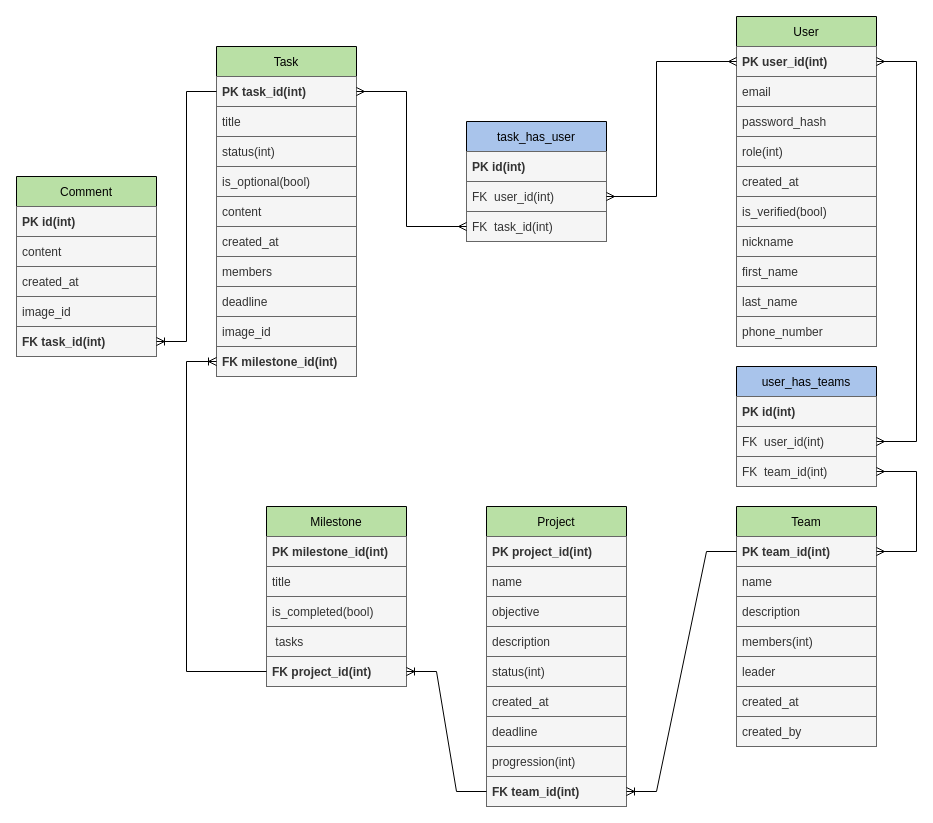
Above: Sable.drawio in BenjaminKing1337/fullstack_project-Sable (draw.io), before the change. Source tidied: cells renumbered, new cells numbered last; positions are measured from the earlier drawing's top-left corner, leaving out a move shared by most shapes. Both pictures are drawn from the tidied source at 100%, with x=0, y=0 at pixel (16, 16).
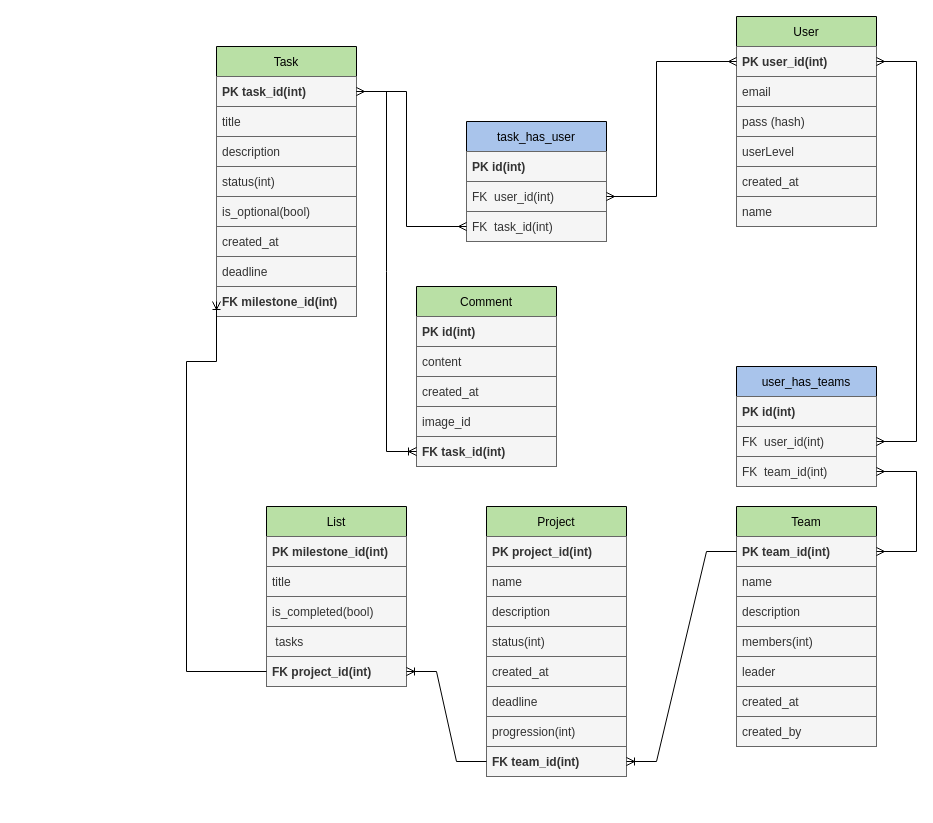
The same diagram, later.

The change refers to these unchanged cells:
```xml
<mxCell id="22" value="PK task_id(int)" style="text;strokeColor=#666666;fillColor=#f5f5f5;align=left;verticalAlign=middle;spacingLeft=4;spacingRight=4;overflow=hidden;points=[[0,0.5],[1,0.5]];portConstraint=eastwest;fontColor=#333333;fontStyle=1;" parent="21" vertex="1">
  <mxGeometry y="30" width="140" height="30" as="geometry" />
</mxCell>
<mxCell id="53" value="FK task_id(int)" style="text;strokeColor=#666666;fillColor=#f5f5f5;align=left;verticalAlign=middle;spacingLeft=4;spacingRight=4;overflow=hidden;points=[[0,0.5],[1,0.5]];portConstraint=eastwest;fontColor=#333333;fontStyle=1;" parent="48" vertex="1">
  <mxGeometry y="150" width="140" height="30" as="geometry" />
</mxCell>
```

The edit, as a diff of the source:
```diff
@@
     <mxCell id="2" value="User" style="swimlane;fontStyle=0;horizontal=1;startSize=30;fillColor=#B9E0A5;" parent="1" vertex="1">
-      <mxGeometry x="720" width="140" height="330" as="geometry" />
+      <mxGeometry x="720" width="140" height="210" as="geometry" />
     </mxCell>
@@
-    <mxCell id="5" value="password_hash" style="text;strokeColor=#666666;fillColor=#f5f5f5;align=left;verticalAlign=middle;spacingLeft=4;spacingRight=4;overflow=hidden;fontColor=#333333;" parent="2" vertex="1">
+    <mxCell id="5" value="pass (hash)" style="text;strokeColor=#666666;fillColor=#f5f5f5;align=left;verticalAlign=middle;spacingLeft=4;spacingRight=4;overflow=hidden;fontColor=#333333;" parent="2" vertex="1">
       <mxGeometry y="90" width="140" height="30" as="geometry" />
     </mxCell>
-    <mxCell id="6" value="role(int)" style="text;strokeColor=#666666;fillColor=#f5f5f5;align=left;verticalAlign=middle;spacingLeft=4;spacingRight=4;overflow=hidden;fontColor=#333333;" parent="2" vertex="1">
+    <mxCell id="6" value="userLevel" style="text;strokeColor=#666666;fillColor=#f5f5f5;align=left;verticalAlign=middle;spacingLeft=4;spacingRight=4;overflow=hidden;fontColor=#333333;" parent="2" vertex="1">
       <mxGeometry y="120" width="140" height="30" as="geometry" />
     </mxCell>
@@
-    <mxCell id="8" value="is_verified(bool)" style="text;strokeColor=#666666;fillColor=#f5f5f5;align=left;verticalAlign=middle;spacingLeft=4;spacingRight=4;overflow=hidden;fontColor=#333333;" parent="2" vertex="1">
-      <mxGeometry y="180" width="140" height="30" as="geometry" />
-    </mxCell>
-    <mxCell id="9" value="nickname" style="text;strokeColor=#666666;fillColor=#f5f5f5;align=left;verticalAlign=middle;spacingLeft=4;spacingRight=4;overflow=hidden;fontColor=#333333;" parent="2" vertex="1">
-      <mxGeometry y="210" width="140" height="30" as="geometry" />
+    <mxCell id="9" value="name" style="text;strokeColor=#666666;fillColor=#f5f5f5;align=left;verticalAlign=middle;spacingLeft=4;spacingRight=4;overflow=hidden;fontColor=#333333;" parent="2" vertex="1">
+      <mxGeometry y="180" width="140" height="30" as="geometry" />
     </mxCell>
-    <mxCell id="10" value="first_name" style="text;strokeColor=#666666;fillColor=#f5f5f5;align=left;verticalAlign=middle;spacingLeft=4;spacingRight=4;overflow=hidden;fontColor=#333333;" parent="2" vertex="1">
-      <mxGeometry y="240" width="140" height="30" as="geometry" />
-    </mxCell>
-    <mxCell id="11" value="last_name" style="text;strokeColor=#666666;fillColor=#f5f5f5;align=left;verticalAlign=middle;spacingLeft=4;spacingRight=4;overflow=hidden;fontColor=#333333;" parent="2" vertex="1">
-      <mxGeometry y="270" width="140" height="30" as="geometry" />
-    </mxCell>
-    <mxCell id="12" value="phone_number" style="text;strokeColor=#666666;fillColor=#f5f5f5;align=left;verticalAlign=middle;spacingLeft=4;spacingRight=4;overflow=hidden;fontColor=#333333;" parent="2" vertex="1">
-      <mxGeometry y="300" width="140" height="30" as="geometry" />
-    </mxCell>
@@
     <mxCell id="21" value="Task" style="swimlane;fontStyle=0;horizontal=1;startSize=30;fillColor=#B9E0A5;" parent="1" vertex="1">
-      <mxGeometry x="200" y="30" width="140" height="330" as="geometry" />
+      <mxGeometry x="200" y="30" width="140" height="270" as="geometry" />
     </mxCell>
@@
+    <mxCell id="26" value="description" style="text;strokeColor=#666666;fillColor=#f5f5f5;align=left;verticalAlign=middle;spacingLeft=4;spacingRight=4;overflow=hidden;fontColor=#333333;" parent="21" vertex="1">
+      <mxGeometry y="90" width="140" height="30" as="geometry" />
+    </mxCell>
     <mxCell id="24" value="status(int)" style="text;strokeColor=#666666;fillColor=#f5f5f5;align=left;verticalAlign=middle;spacingLeft=4;spacingRight=4;overflow=hidden;fontColor=#333333;" parent="21" vertex="1">
-      <mxGeometry y="90" width="140" height="30" as="geometry" />
+      <mxGeometry y="120" width="140" height="30" as="geometry" />
     </mxCell>
     <mxCell id="25" value="is_optional(bool)" style="text;strokeColor=#666666;fillColor=#f5f5f5;align=left;verticalAlign=middle;spacingLeft=4;spacingRight=4;overflow=hidden;fontColor=#333333;" parent="21" vertex="1">
-      <mxGeometry y="120" width="140" height="30" as="geometry" />
+      <mxGeometry y="150" width="140" height="30" as="geometry" />
     </mxCell>
-    <mxCell id="26" value="content" style="text;strokeColor=#666666;fillColor=#f5f5f5;align=left;verticalAlign=middle;spacingLeft=4;spacingRight=4;overflow=hidden;fontColor=#333333;" parent="21" vertex="1">
-      <mxGeometry y="150" width="140" height="30" as="geometry" />
-    </mxCell>
@@
-    <mxCell id="28" value="members" style="text;strokeColor=#666666;fillColor=#f5f5f5;align=left;verticalAlign=middle;spacingLeft=4;spacingRight=4;overflow=hidden;fontColor=#333333;" parent="21" vertex="1">
-      <mxGeometry y="210" width="140" height="30" as="geometry" />
-    </mxCell>
     <mxCell id="29" value="deadline" style="text;strokeColor=#666666;fillColor=#f5f5f5;align=left;verticalAlign=middle;spacingLeft=4;spacingRight=4;overflow=hidden;fontColor=#333333;" parent="21" vertex="1">
-      <mxGeometry y="240" width="140" height="30" as="geometry" />
+      <mxGeometry y="210" width="140" height="30" as="geometry" />
     </mxCell>
-    <mxCell id="30" value="image_id" style="text;strokeColor=#666666;fillColor=#f5f5f5;align=left;verticalAlign=middle;spacingLeft=4;spacingRight=4;overflow=hidden;fontColor=#333333;" parent="21" vertex="1">
-      <mxGeometry y="270" width="140" height="30" as="geometry" />
-    </mxCell>
     <mxCell id="31" value="FK milestone_id(int)" style="text;strokeColor=#666666;fillColor=#f5f5f5;align=left;verticalAlign=middle;spacingLeft=4;spacingRight=4;overflow=hidden;points=[[0,0.5],[1,0.5]];portConstraint=eastwest;fontColor=#333333;fontStyle=1;" parent="21" vertex="1">
-      <mxGeometry y="300" width="140" height="30" as="geometry" />
+      <mxGeometry y="240" width="140" height="30" as="geometry" />
     </mxCell>
-    <mxCell id="32" value="Milestone" style="swimlane;fontStyle=0;horizontal=1;startSize=30;fillColor=#B9E0A5;" parent="1" vertex="1">
+    <mxCell id="32" value="List" style="swimlane;fontStyle=0;horizontal=1;startSize=30;fillColor=#B9E0A5;" parent="1" vertex="1">
       <mxGeometry x="250" y="490" width="140" height="180" as="geometry" />
     </mxCell>
@@
     <mxCell id="38" value="Project" style="swimlane;fontStyle=0;horizontal=1;startSize=30;fillColor=#B9E0A5;" parent="1" vertex="1">
-      <mxGeometry x="470" y="490" width="140" height="300" as="geometry" />
+      <mxGeometry x="470" y="490" width="140" height="270" as="geometry" />
     </mxCell>
@@
-    <mxCell id="41" value="objective" style="text;strokeColor=#666666;fillColor=#f5f5f5;align=left;verticalAlign=middle;spacingLeft=4;spacingRight=4;overflow=hidden;fontColor=#333333;" parent="38" vertex="1">
-      <mxGeometry y="90" width="140" height="30" as="geometry" />
-    </mxCell>
     <mxCell id="42" value="description" style="text;strokeColor=#666666;fillColor=#f5f5f5;align=left;verticalAlign=middle;spacingLeft=4;spacingRight=4;overflow=hidden;fontColor=#333333;" parent="38" vertex="1">
-      <mxGeometry y="120" width="140" height="30" as="geometry" />
+      <mxGeometry y="90" width="140" height="30" as="geometry" />
     </mxCell>
     <mxCell id="43" value="status(int)" style="text;strokeColor=#666666;fillColor=#f5f5f5;align=left;verticalAlign=middle;spacingLeft=4;spacingRight=4;overflow=hidden;fontColor=#333333;" parent="38" vertex="1">
-      <mxGeometry y="150" width="140" height="30" as="geometry" />
+      <mxGeometry y="120" width="140" height="30" as="geometry" />
     </mxCell>
     <mxCell id="44" value="created_at" style="text;strokeColor=#666666;fillColor=#f5f5f5;align=left;verticalAlign=middle;spacingLeft=4;spacingRight=4;overflow=hidden;fontColor=#333333;" parent="38" vertex="1">
-      <mxGeometry y="180" width="140" height="30" as="geometry" />
+      <mxGeometry y="150" width="140" height="30" as="geometry" />
     </mxCell>
     <mxCell id="45" value="deadline" style="text;strokeColor=#666666;fillColor=#f5f5f5;align=left;verticalAlign=middle;spacingLeft=4;spacingRight=4;overflow=hidden;fontColor=#333333;" parent="38" vertex="1">
-      <mxGeometry y="210" width="140" height="30" as="geometry" />
+      <mxGeometry y="180" width="140" height="30" as="geometry" />
     </mxCell>
     <mxCell id="46" value="progression(int)" style="text;strokeColor=#666666;fillColor=#f5f5f5;align=left;verticalAlign=middle;spacingLeft=4;spacingRight=4;overflow=hidden;fontColor=#333333;" parent="38" vertex="1">
-      <mxGeometry y="240" width="140" height="30" as="geometry" />
+      <mxGeometry y="210" width="140" height="30" as="geometry" />
     </mxCell>
     <mxCell id="47" value="FK team_id(int) " style="text;strokeColor=#666666;fillColor=#f5f5f5;align=left;verticalAlign=middle;spacingLeft=4;spacingRight=4;overflow=hidden;points=[[0,0.5],[1,0.5]];portConstraint=eastwest;fontColor=#333333;fontStyle=1;" parent="38" vertex="1">
-      <mxGeometry y="270" width="140" height="30" as="geometry" />
+      <mxGeometry y="240" width="140" height="30" as="geometry" />
     </mxCell>
     <mxCell id="48" value="Comment" style="swimlane;fontStyle=0;horizontal=1;startSize=30;fillColor=#B9E0A5;" parent="1" vertex="1">
-      <mxGeometry y="160" width="140" height="180" as="geometry" />
+      <mxGeometry x="400" y="270" width="140" height="180" as="geometry" />
     </mxCell>
@@
-    <mxCell id="63" style="edgeStyle=entityRelationEdgeStyle;fontSize=12;html=1;endArrow=ERoneToMany;rounded=0;fontColor=#000000;exitX=0;exitY=0.5;exitDx=0;exitDy=0;entryX=1;entryY=0.5;entryDx=0;entryDy=0;" parent="1" edge="1" source="22" target="53">
+    <mxCell id="63" style="edgeStyle=entityRelationEdgeStyle;fontSize=12;html=1;endArrow=ERoneToMany;rounded=0;fontColor=#000000;exitX=1;exitY=0.5;exitDx=0;exitDy=0;entryX=0;entryY=0.5;entryDx=0;entryDy=0;" parent="1" edge="1" source="22" target="53">
       <mxGeometry relative="1" as="geometry" />
     </mxCell>
```
